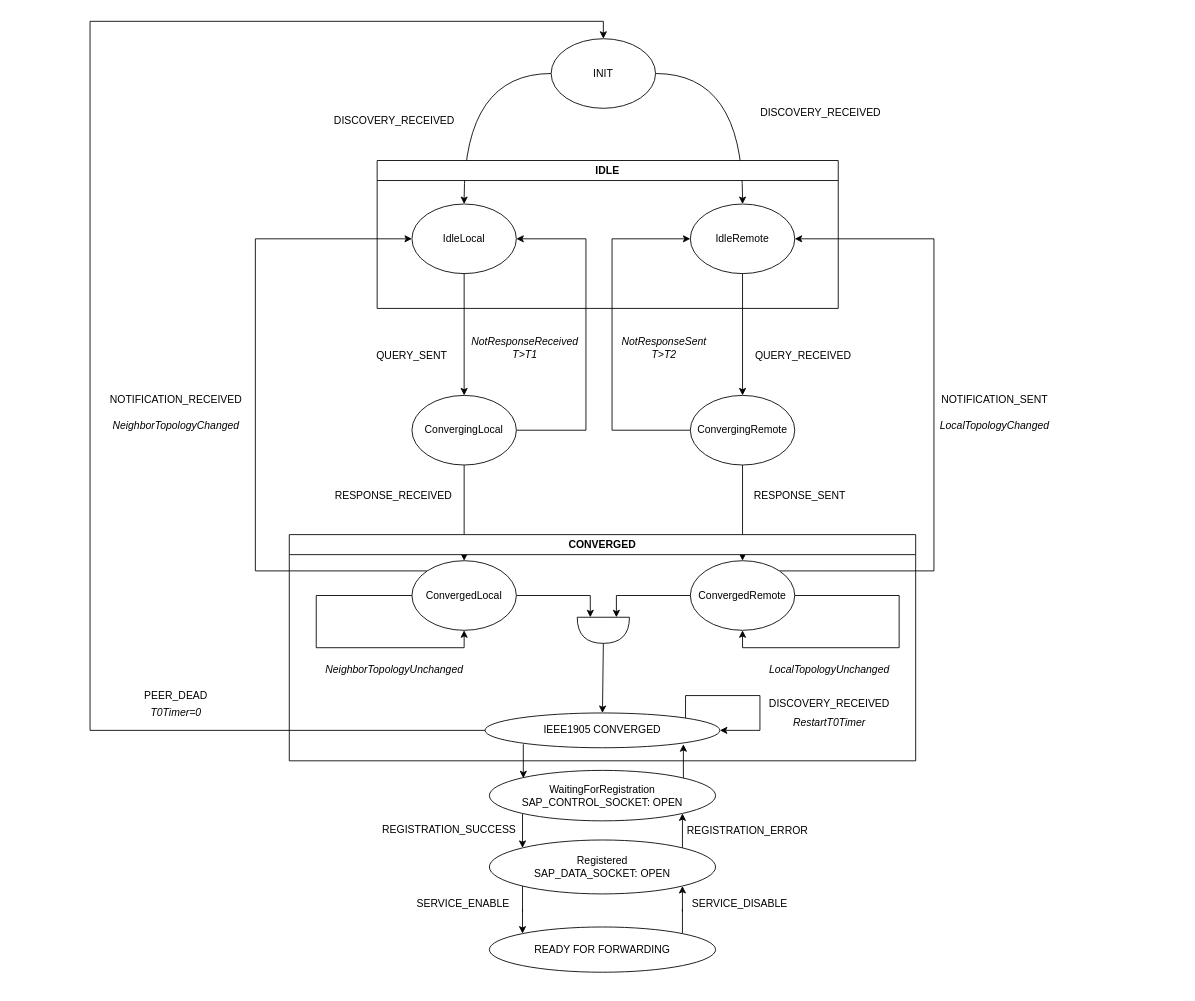
Above: docs/architecture/fsm_diagram/ieee1905_fsm.drawio in rdkcentral/ieee1905-rs (draw.io), before the change. Source tidied: cells renumbered, new cells numbered last; positions are measured from the earlier drawing's top-left corner, leaving out a move shared by most shapes. Both pictures are drawn from the tidied source at 87%, with x=0, y=0 at pixel (90, 21).
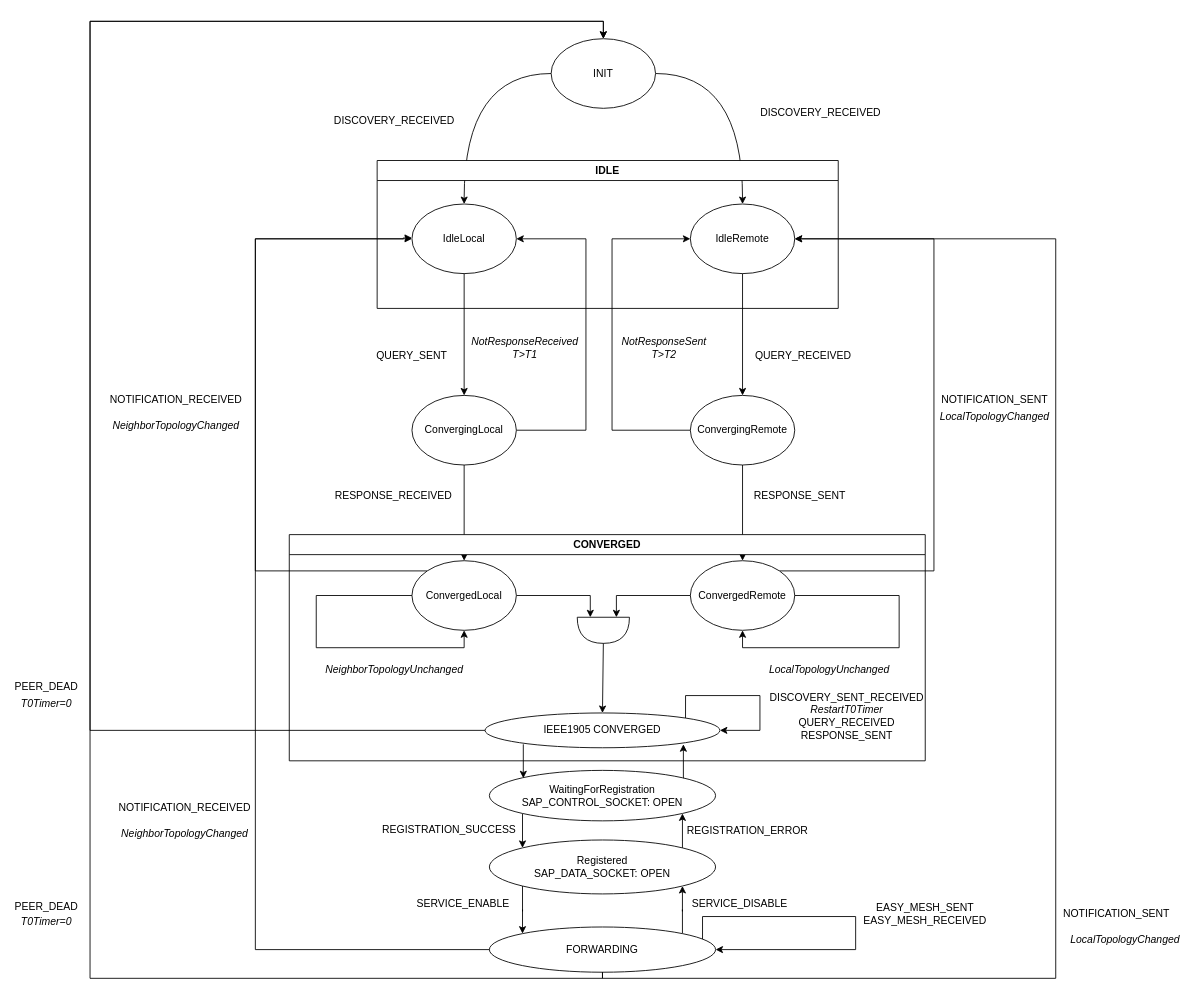
The same page after the edit.

The change refers to these unchanged cells:
```xml
<mxCell id="8" value="IdleRemote" style="ellipse;whiteSpace=wrap;html=1;" parent="6" vertex="1">
  <mxGeometry x="360" y="50" width="120" height="80" as="geometry" />
</mxCell>
```

The edit, as a diff of the source:
```diff
@@
     <mxCell id="32" value="&lt;i&gt;LocalTopologyChanged&lt;/i&gt;" style="text;html=1;align=center;verticalAlign=middle;whiteSpace=wrap;rounded=0;" parent="1" vertex="1">
-      <mxGeometry x="1010" y="450" width="60" height="30" as="geometry" />
+      <mxGeometry x="1160" y="1041" width="60" height="30" as="geometry" />
     </mxCell>
@@
-    <mxCell id="43" value="READY FOR FORWARDING" style="ellipse;whiteSpace=wrap;html=1;" parent="1" vertex="1">
+    <mxCell id="43" value="FORWARDING" style="ellipse;whiteSpace=wrap;html=1;" parent="1" vertex="1">
       <mxGeometry x="459" y="1041" width="260" height="52" as="geometry" />
     </mxCell>
@@
-    <mxCell id="59" value="DISCOVERY_RECEIVED" style="text;html=1;align=center;verticalAlign=middle;whiteSpace=wrap;rounded=0;" parent="1" vertex="1">
-      <mxGeometry x="820" y="770" width="60" height="30" as="geometry" />
-    </mxCell>
-    <mxCell id="60" value="&lt;i&gt;RestartT0Timer&lt;/i&gt;" style="text;html=1;align=center;verticalAlign=middle;whiteSpace=wrap;rounded=0;" parent="1" vertex="1">
-      <mxGeometry x="820" y="791" width="60" height="30" as="geometry" />
-    </mxCell>
     <mxCell id="61" value="PEER_DEAD" style="text;html=1;align=center;verticalAlign=middle;whiteSpace=wrap;rounded=0;" parent="1" vertex="1">
-      <mxGeometry x="69" y="761" width="60" height="30" as="geometry" />
+      <mxGeometry x="-80" y="750" width="60" height="30" as="geometry" />
     </mxCell>
     <mxCell id="62" value="&lt;i&gt;T0Timer=0&lt;/i&gt;" style="text;html=1;align=center;verticalAlign=middle;whiteSpace=wrap;rounded=0;" parent="1" vertex="1">
-      <mxGeometry x="69" y="780" width="60" height="30" as="geometry" />
+      <mxGeometry x="-80" y="770" width="60" height="30" as="geometry" />
     </mxCell>
@@
     <mxCell id="65" value="CONVERGED" style="swimlane;whiteSpace=wrap;html=1;" parent="1" vertex="1">
-      <mxGeometry x="229" y="590" width="720" height="260" as="geometry" />
+      <mxGeometry x="229" y="590" width="731" height="260" as="geometry" />
     </mxCell>
+    <mxCell id="59" value="DISCOVERY_SENT_RECEIVED&lt;div&gt;&lt;i&gt;RestartT0Timer&lt;/i&gt;&lt;br&gt;&lt;div&gt;QUERY_RECEIVED&lt;/div&gt;&lt;div&gt;RESPONSE_SENT&lt;/div&gt;&lt;/div&gt;" style="text;html=1;align=center;verticalAlign=middle;whiteSpace=wrap;rounded=0;" parent="65" vertex="1">
+      <mxGeometry x="611" y="193.5" width="60" height="30" as="geometry" />
+    </mxCell>
+    <mxCell id="66" style="edgeStyle=orthogonalEdgeStyle;rounded=0;jettySize=auto;html=1;exitX=1;exitY=0;exitDx=0;exitDy=0;entryX=1;entryY=0.5;entryDx=0;entryDy=0;" parent="1" edge="1" target="43">
+      <mxGeometry relative="1" as="geometry">
+        <mxPoint x="704" y="1055" as="sourcePoint" />
+        <Array as="points">
+          <mxPoint x="704" y="1029" />
+          <mxPoint x="880" y="1029" />
+          <mxPoint x="880" y="1067" />
+        </Array>
+      </mxGeometry>
+    </mxCell>
+    <mxCell id="67" value="EASY_MESH_SENT&lt;div&gt;EASY_MESH_RECEIVED&lt;/div&gt;" style="text;html=1;align=center;verticalAlign=middle;whiteSpace=wrap;rounded=0;" parent="1" vertex="1">
+      <mxGeometry x="930" y="1011" width="60" height="30" as="geometry" />
+    </mxCell>
+    <mxCell id="68" style="edgeStyle=orthogonalEdgeStyle;rounded=0;jettySize=auto;html=1;exitX=0.5;exitY=1;exitDx=0;exitDy=0;" parent="1" edge="1" source="43">
+      <mxGeometry relative="1" as="geometry">
+        <mxPoint x="590" y="20" as="targetPoint" />
+        <Array as="points">
+          <mxPoint x="589" y="1100" />
+          <mxPoint y="1100" />
+          <mxPoint />
+          <mxPoint x="590" />
+        </Array>
+      </mxGeometry>
+    </mxCell>
+    <mxCell id="69" value="PEER_DEAD" style="text;html=1;align=center;verticalAlign=middle;whiteSpace=wrap;rounded=0;" parent="1" vertex="1">
+      <mxGeometry x="-80" y="1003" width="60" height="30" as="geometry" />
+    </mxCell>
+    <mxCell id="70" value="&lt;i&gt;T0Timer=0&lt;/i&gt;" style="text;html=1;align=center;verticalAlign=middle;whiteSpace=wrap;rounded=0;" parent="1" vertex="1">
+      <mxGeometry x="-80" y="1020" width="60" height="30" as="geometry" />
+    </mxCell>
+    <mxCell id="71" style="edgeStyle=orthogonalEdgeStyle;rounded=0;jettySize=auto;html=1;exitX=0;exitY=0.5;exitDx=0;exitDy=0;entryX=0;entryY=0.5;entryDx=0;entryDy=0;" parent="1" edge="1" source="43">
+      <mxGeometry relative="1" as="geometry">
+        <mxPoint x="370" y="249" as="targetPoint" />
+        <Array as="points">
+          <mxPoint x="190" y="1067" />
+          <mxPoint x="190" y="250" />
+          <mxPoint x="360" y="250" />
+          <mxPoint x="360" y="249" />
+        </Array>
+      </mxGeometry>
+    </mxCell>
+    <mxCell id="72" value="NOTIFICATION_RECEIVED" style="text;html=1;align=center;verticalAlign=middle;whiteSpace=wrap;rounded=0;" parent="1" vertex="1">
+      <mxGeometry x="79" y="889" width="60" height="30" as="geometry" />
+    </mxCell>
+    <mxCell id="73" value="&lt;i&gt;NeighborTopologyChanged&lt;/i&gt;" style="text;html=1;align=center;verticalAlign=middle;whiteSpace=wrap;rounded=0;" parent="1" vertex="1">
+      <mxGeometry x="79" y="919" width="60" height="30" as="geometry" />
+    </mxCell>
+    <mxCell id="74" style="edgeStyle=orthogonalEdgeStyle;rounded=0;jettySize=auto;html=1;exitX=0.5;exitY=1;exitDx=0;exitDy=0;entryX=1;entryY=0.5;entryDx=0;entryDy=0;" parent="1" edge="1" source="43" target="8">
+      <mxGeometry relative="1" as="geometry">
+        <Array as="points">
+          <mxPoint x="589" y="1100" />
+          <mxPoint x="1110" y="1100" />
+          <mxPoint x="1110" y="250" />
+        </Array>
+      </mxGeometry>
+    </mxCell>
+    <mxCell id="75" value="NOTIFICATION_SENT" style="text;html=1;align=center;verticalAlign=middle;whiteSpace=wrap;rounded=0;" parent="1" vertex="1">
+      <mxGeometry x="1150" y="1011" width="60" height="30" as="geometry" />
+    </mxCell>
+    <mxCell id="76" value="&lt;i&gt;LocalTopologyChanged&lt;/i&gt;" style="text;html=1;align=center;verticalAlign=middle;whiteSpace=wrap;rounded=0;" parent="1" vertex="1">
+      <mxGeometry x="1010" y="440" width="60" height="30" as="geometry" />
+    </mxCell>
```
